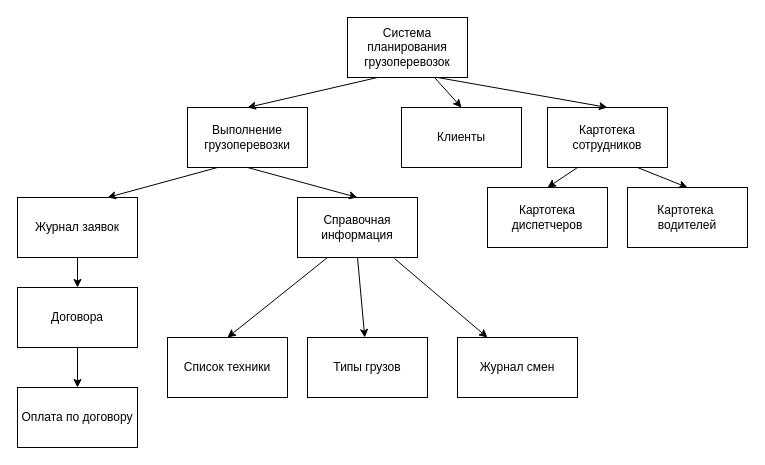
Above: экранные формы.drawio in psihioga/Sendsay_test_exercise (draw.io), before the change. Source tidied: cells renumbered, new cells numbered last; positions are measured from the earlier drawing's top-left corner, leaving out a move shared by most shapes. Both pictures are drawn from the tidied source at 100%, with x=0, y=0 at pixel (17, 17).
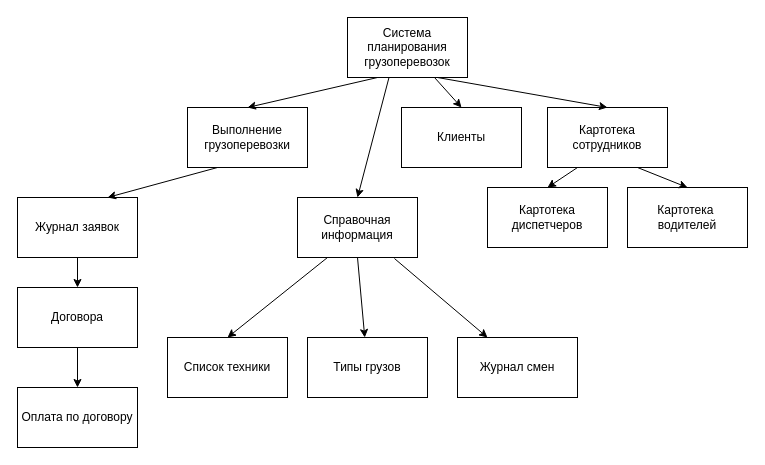
Above is the later version.

The change refers to these unchanged cells:
```xml
<mxCell id="2" value="Система планирования грузоперевозок" style="rounded=0;whiteSpace=wrap;html=1;" parent="1" vertex="1">
  <mxGeometry x="330" width="120" height="60" as="geometry" />
</mxCell>
<mxCell id="17" value="Выполнение грузоперевозки" style="rounded=0;whiteSpace=wrap;html=1;" parent="1" vertex="1">
  <mxGeometry x="170" y="90" width="120" height="60" as="geometry" />
</mxCell>
<mxCell id="20" value="Справочная информация" style="rounded=0;whiteSpace=wrap;html=1;" parent="1" vertex="1">
  <mxGeometry x="280" y="180" width="120" height="60" as="geometry" />
</mxCell>
```

The edit, as a diff of the source:
```diff
@@
-    <mxCell id="23" style="endArrow=classic;html=1;rounded=0;exitX=0.5;exitY=1;exitDx=0;exitDy=0;entryX=0.5;entryY=0;entryDx=0;entryDy=0;" parent="1" edge="1" source="17" target="20">
+    <mxCell id="23" style="endArrow=classic;html=1;rounded=0;exitX=0.345;exitY=1.006;exitDx=0;exitDy=0;entryX=0.5;entryY=0;entryDx=0;entryDy=0;exitPerimeter=0;" parent="1" edge="1" source="2" target="20">
       <mxGeometry relative="1" as="geometry" />
     </mxCell>
```
